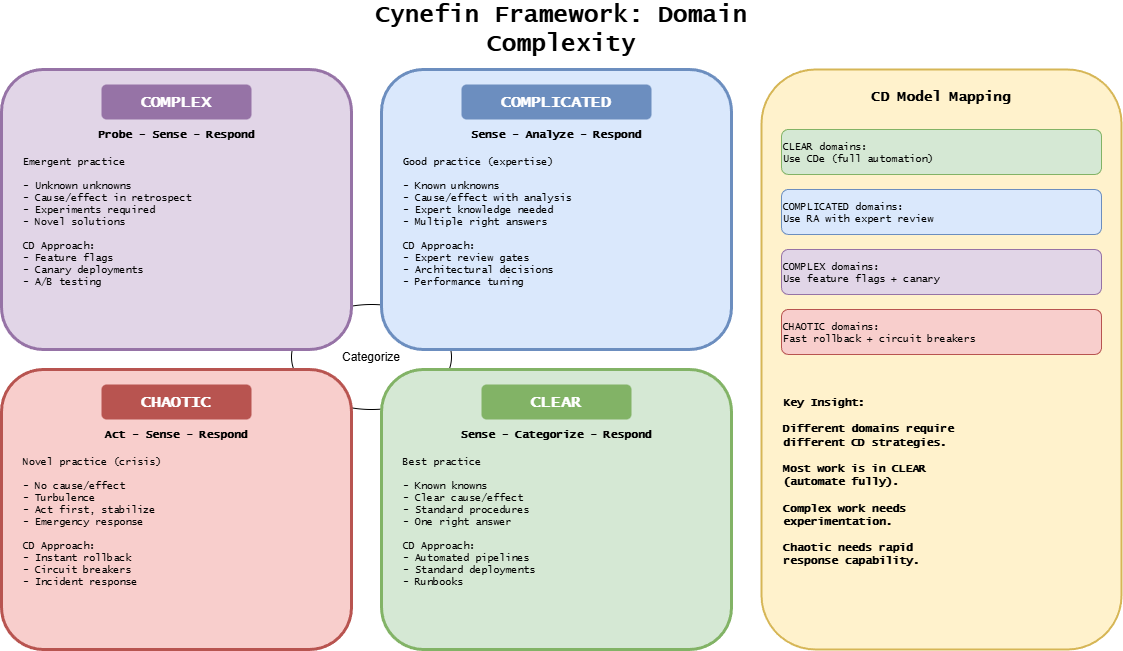
ready-to-release/eac keeps this draw.io diagram as docs/assets/assisted/12-cynefin-framework.drawio.png. Above is the earlier version. Source tidied: cells renumbered, new cells last; positions are measured from the earlier drawing's top-left corner, leaving out a move shared by most shapes.
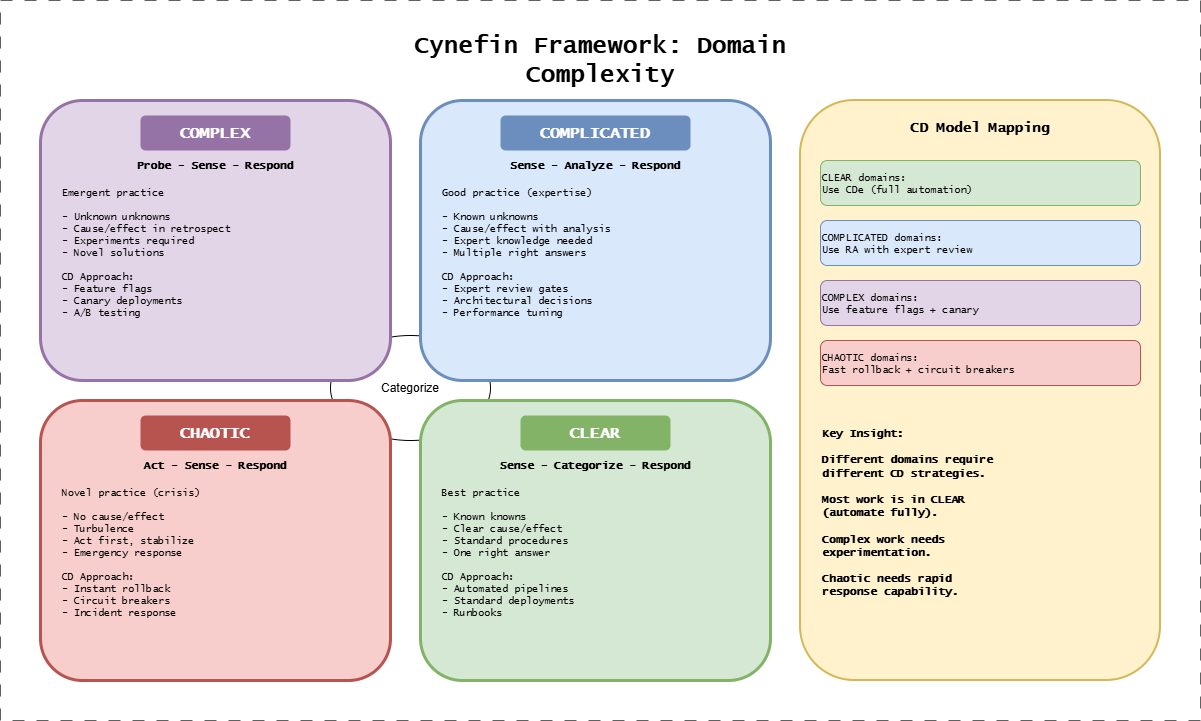
After the change.

What changed in the source:
```diff
@@ -77,5 +77,8 @@
     <mxCell id="26" value="Key Insight:&#10;&#10;Different domains require&#10;different CD strategies.&#10;&#10;Most work is in CLEAR&#10;(automate fully).&#10;&#10;Complex work needs&#10;experimentation.&#10;&#10;Chaotic needs rapid&#10;response capability." style="text;html=1;strokeColor=none;fillColor=none;align=left;verticalAlign=top;whiteSpace=wrap;rounded=0;fontFamily=Lucida Console;fontSize=11;fontStyle=1;" parent="1" vertex="1">
       <mxGeometry x="780" y="380" width="320" height="240" as="geometry" />
     </mxCell>
+    <mxCell id="27" style="group;strokeColor=#616161;dashed=1;dashPattern=12 12;fontFamily=Lucida Console;fontSize=19;fontStyle=1;" parent="1" vertex="1">
+      <mxGeometry x="-40" y="-40" width="1200" height="720" as="geometry" />
+    </mxCell>
   </root>
 </mxGraphModel>
```
